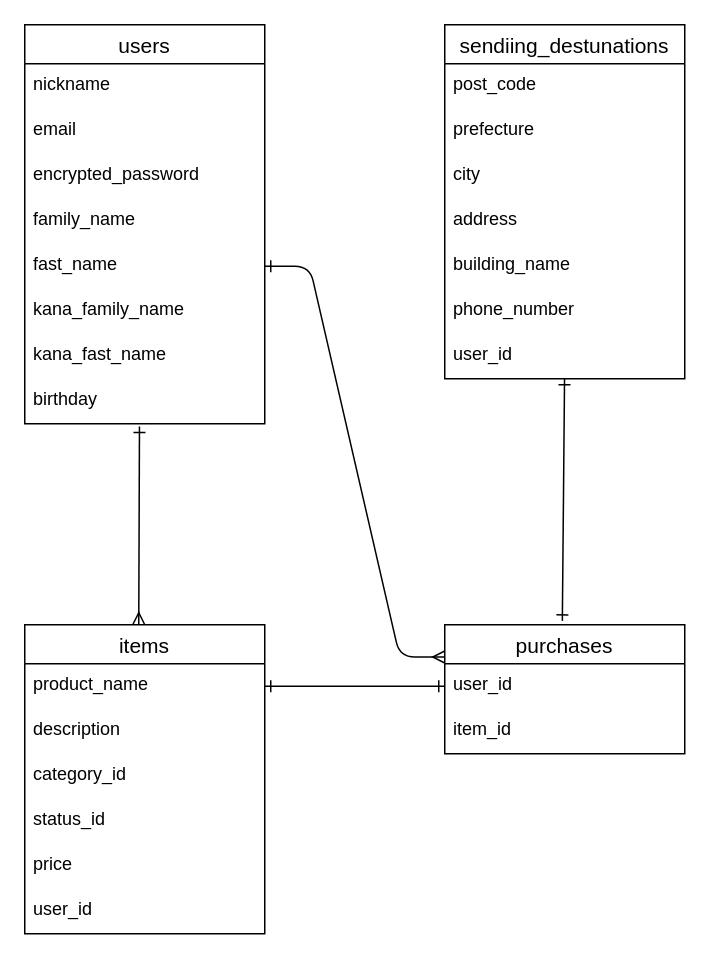
Before: furima.dio in aimpcr/furima-38488, a draw.io diagram. Source tidied: cells renumbered, new cells numbered last; positions are measured from the earlier drawing's top-left corner, leaving out a move shared by most shapes. Both pictures are drawn from the tidied source at 150%, with x=0, y=0 at pixel (24, 24).
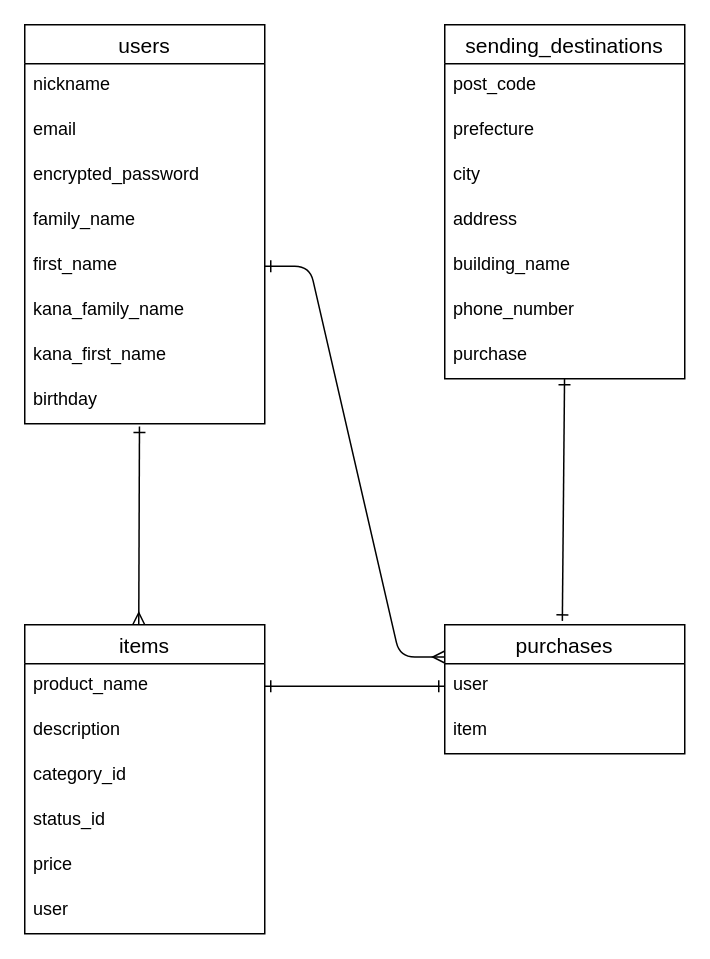
The same page after the edit.

The change refers to these unchanged cells:
```xml
<mxCell id="2" value="users" style="swimlane;fontStyle=0;horizontal=1;startSize=26;align=center;fontSize=14;" parent="1" vertex="1">
  <mxGeometry width="160" height="266" as="geometry" />
</mxCell>
<mxCell id="11" value="items" style="swimlane;fontStyle=0;horizontal=1;startSize=26;align=center;fontSize=14;" parent="1" vertex="1">
  <mxGeometry y="400" width="160" height="206" as="geometry" />
</mxCell>
<mxCell id="27" value="purchases" style="swimlane;fontStyle=0;horizontal=1;startSize=26;align=center;fontSize=14;" parent="1" vertex="1">
  <mxGeometry x="280" y="400" width="160" height="86" as="geometry" />
</mxCell>
```

Change to the diagram source:
```diff
@@
-    <mxCell id="7" value="fast_name" style="text;strokeColor=none;fillColor=none;spacingLeft=4;spacingRight=4;overflow=hidden;points=[[0,0.5],[1,0.5]];portConstraint=eastwest;fontSize=12;" parent="2" vertex="1">
+    <mxCell id="7" value="first_name" style="text;strokeColor=none;fillColor=none;spacingLeft=4;spacingRight=4;overflow=hidden;points=[[0,0.5],[1,0.5]];portConstraint=eastwest;fontSize=12;" parent="2" vertex="1">
       <mxGeometry y="146" width="160" height="30" as="geometry" />
     </mxCell>
@@
-    <mxCell id="9" value="kana_fast_name" style="text;strokeColor=none;fillColor=none;spacingLeft=4;spacingRight=4;overflow=hidden;fontSize=12;" parent="2" vertex="1">
+    <mxCell id="9" value="kana_first_name" style="text;strokeColor=none;fillColor=none;spacingLeft=4;spacingRight=4;overflow=hidden;fontSize=12;" parent="2" vertex="1">
       <mxGeometry y="206" width="160" height="30" as="geometry" />
     </mxCell>
@@
-    <mxCell id="17" value="user_id" style="text;strokeColor=none;fillColor=none;spacingLeft=4;spacingRight=4;overflow=hidden;fontSize=12;" parent="11" vertex="1">
+    <mxCell id="17" value="user" style="text;strokeColor=none;fillColor=none;spacingLeft=4;spacingRight=4;overflow=hidden;fontSize=12;" parent="11" vertex="1">
       <mxGeometry y="176" width="160" height="30" as="geometry" />
     </mxCell>
-    <mxCell id="18" value="sendiing_destunations" style="swimlane;fontStyle=0;horizontal=1;startSize=26;align=center;fontSize=14;" parent="1" vertex="1">
+    <mxCell id="18" value="sending_destinations" style="swimlane;fontStyle=0;horizontal=1;startSize=26;align=center;fontSize=14;" parent="1" vertex="1">
       <mxGeometry x="280" width="160" height="236" as="geometry" />
     </mxCell>
@@
-    <mxCell id="25" value="user_id" style="text;strokeColor=none;fillColor=none;spacingLeft=4;spacingRight=4;overflow=hidden;points=[[0,0.5],[1,0.5]];portConstraint=eastwest;fontSize=12;" parent="18" vertex="1">
+    <mxCell id="25" value="purchase" style="text;strokeColor=none;fillColor=none;spacingLeft=4;spacingRight=4;overflow=hidden;points=[[0,0.5],[1,0.5]];portConstraint=eastwest;fontSize=12;" parent="18" vertex="1">
       <mxGeometry y="206" width="160" height="30" as="geometry" />
     </mxCell>
@@
-    <mxCell id="28" value="user_id" style="text;strokeColor=none;fillColor=none;spacingLeft=4;spacingRight=4;overflow=hidden;points=[[0,0.5],[1,0.5]];portConstraint=eastwest;fontSize=12;" parent="27" vertex="1">
+    <mxCell id="28" value="user" style="text;strokeColor=none;fillColor=none;spacingLeft=4;spacingRight=4;overflow=hidden;points=[[0,0.5],[1,0.5]];portConstraint=eastwest;fontSize=12;" parent="27" vertex="1">
       <mxGeometry y="26" width="160" height="30" as="geometry" />
     </mxCell>
-    <mxCell id="29" value="item_id" style="text;strokeColor=none;fillColor=none;spacingLeft=4;spacingRight=4;overflow=hidden;fontSize=12;" parent="27" vertex="1">
+    <mxCell id="29" value="item" style="text;strokeColor=none;fillColor=none;spacingLeft=4;spacingRight=4;overflow=hidden;fontSize=12;" parent="27" vertex="1">
       <mxGeometry y="56" width="160" height="30" as="geometry" />
     </mxCell>
```
